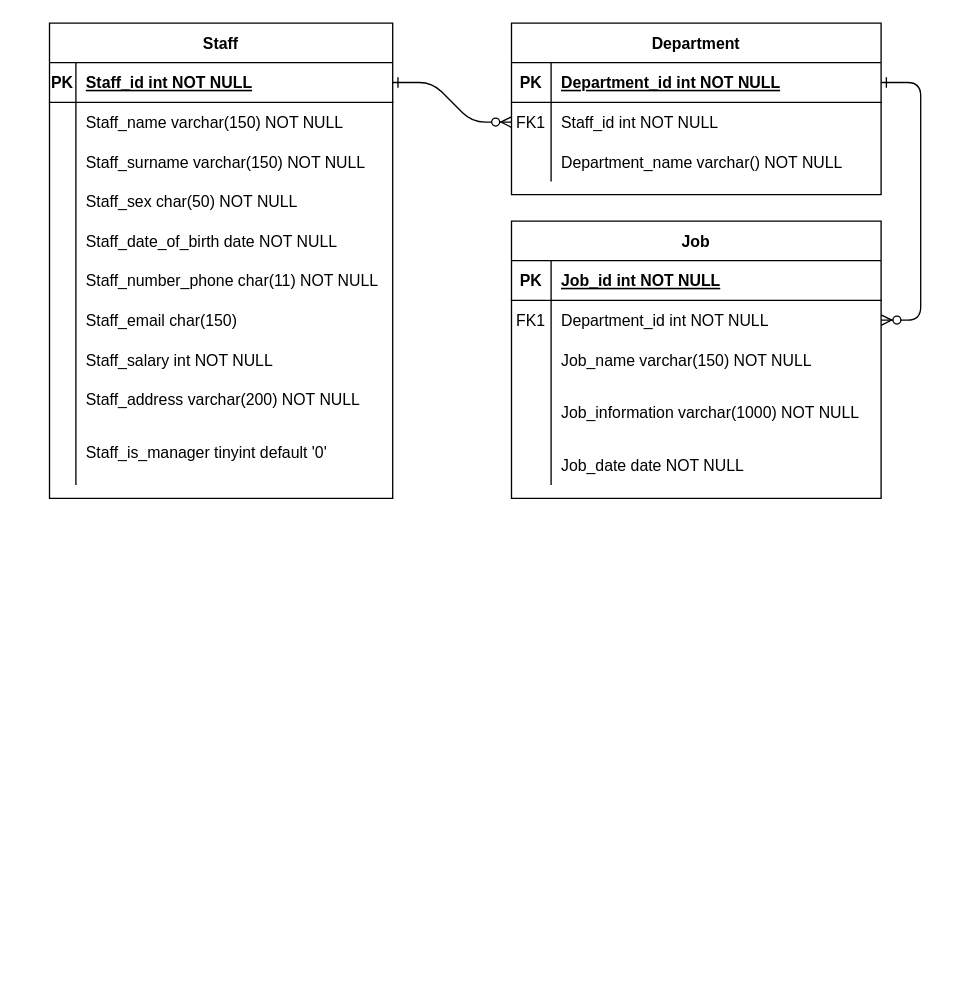
Above: QuanLiNhanVien.drawio in Mvt1927/MoHinhEr (draw.io), before the change. Source tidied: cells renumbered, new cells numbered last; positions are measured from the earlier drawing's top-left corner, leaving out a move shared by most shapes. Both pictures are drawn from the tidied source at 132%, with x=0, y=0 at pixel (49, 22).
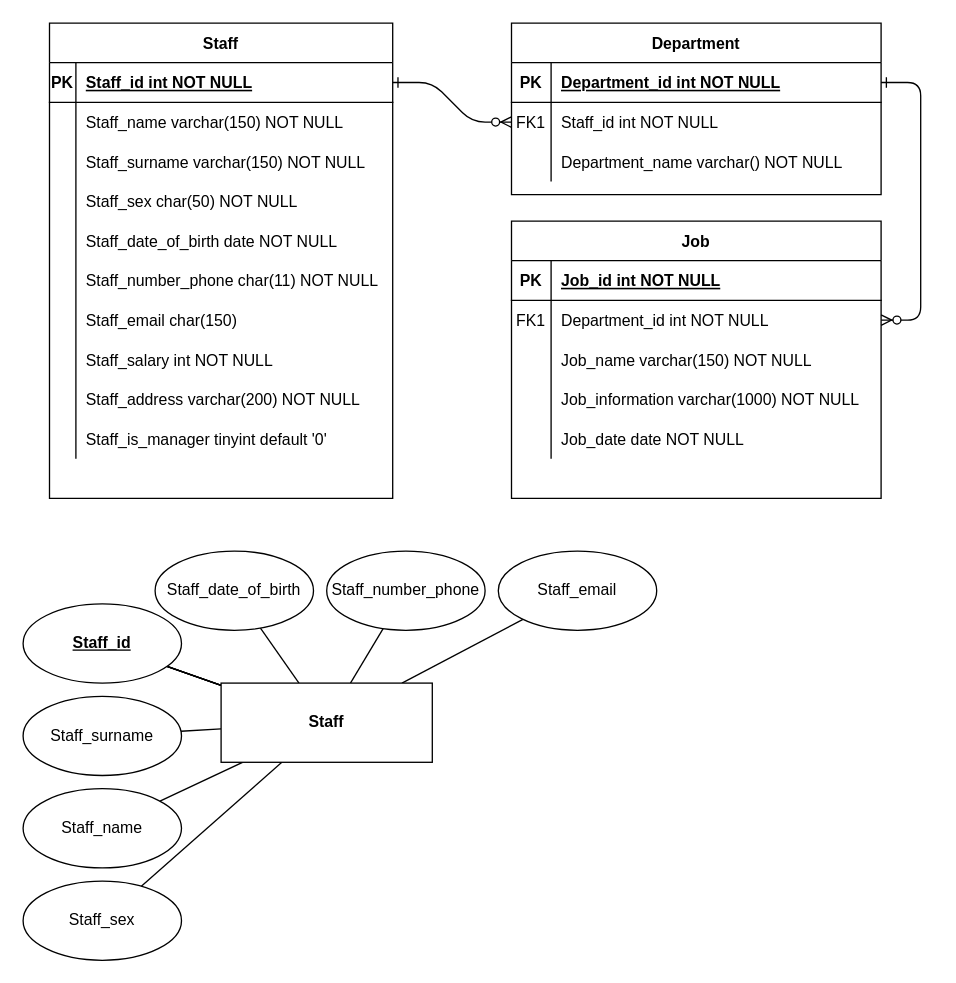
Above is the later version.

The change refers to these unchanged cells:
```xml
<mxCell id="14" value="Job" style="shape=table;startSize=30;childLayout=tableLayout;rowLines=0;fontStyle=1;align=center;" parent="1" vertex="1">
  <mxGeometry x="350" y="150" width="280" height="210" as="geometry" />
</mxCell>
<mxCell id="30" value="Staff" style="shape=table;startSize=30;childLayout=tableLayout;rowLines=0;fontStyle=1;align=center;" parent="1" vertex="1">
  <mxGeometry width="260" height="360" as="geometry" />
</mxCell>
```

What changed in the source:
```diff
@@
     <mxCell id="24" style="shape=partialRectangle;fillColor=none;top=0;left=0;bottom=0;right=0;" parent="14" vertex="1">
-      <mxGeometry y="120" width="280" height="50" as="geometry" />
+      <mxGeometry y="120" width="280" height="30" as="geometry" />
     </mxCell>
     <mxCell id="25" style="shape=partialRectangle;fillColor=none;top=0;left=0;bottom=0;right=0;overflow=hidden;" parent="24" vertex="1">
-      <mxGeometry width="30" height="50" as="geometry" />
+      <mxGeometry width="30" height="30" as="geometry" />
     </mxCell>
     <mxCell id="26" value="Job_information varchar(1000) NOT NULL" style="shape=partialRectangle;fillColor=none;top=0;left=0;bottom=0;right=0;align=left;spacingLeft=6;overflow=hidden;" parent="24" vertex="1">
-      <mxGeometry x="30" width="250" height="50" as="geometry" />
+      <mxGeometry x="30" width="250" height="30" as="geometry" />
     </mxCell>
     <mxCell id="27" style="shape=partialRectangle;fillColor=none;top=0;left=0;bottom=0;right=0;" parent="14" vertex="1">
-      <mxGeometry y="170" width="280" height="30" as="geometry" />
+      <mxGeometry y="150" width="280" height="30" as="geometry" />
     </mxCell>
@@
     <mxCell id="58" style="shape=partialRectangle;fillColor=none;top=0;left=0;bottom=0;right=0;" parent="30" vertex="1">
-      <mxGeometry y="300" width="260" height="50" as="geometry" />
+      <mxGeometry y="300" width="260" height="30" as="geometry" />
     </mxCell>
     <mxCell id="59" style="shape=partialRectangle;fillColor=none;top=0;left=0;bottom=0;right=0;overflow=hidden;" parent="58" vertex="1">
-      <mxGeometry width="20" height="50" as="geometry" />
+      <mxGeometry width="20" height="30" as="geometry" />
     </mxCell>
     <mxCell id="60" value="Staff_is_manager tinyint default '0'" style="shape=partialRectangle;fillColor=none;top=0;left=0;bottom=0;right=0;align=left;spacingLeft=6;overflow=hidden;" parent="58" vertex="1">
-      <mxGeometry x="20" width="240" height="50" as="geometry" />
+      <mxGeometry x="20" width="240" height="30" as="geometry" />
     </mxCell>
+    <mxCell id="61" style="rounded=0;jettySize=auto;html=1;endArrow=none;endFill=0;" parent="1" edge="1" source="71" target="72">
+      <mxGeometry relative="1" as="geometry" />
+    </mxCell>
+    <mxCell id="62" style="edgeStyle=none;rounded=0;jettySize=auto;html=1;endArrow=none;endFill=0;" parent="1" edge="1" source="71" target="72">
+      <mxGeometry relative="1" as="geometry" />
+    </mxCell>
+    <mxCell id="63" style="edgeStyle=none;rounded=0;jettySize=auto;html=1;endArrow=none;endFill=0;" parent="1" edge="1" source="71" target="72">
+      <mxGeometry relative="1" as="geometry" />
+    </mxCell>
+    <mxCell id="64" style="edgeStyle=none;rounded=0;jettySize=auto;html=1;endArrow=none;endFill=0;" parent="1" edge="1" source="71" target="73">
+      <mxGeometry relative="1" as="geometry" />
+    </mxCell>
+    <mxCell id="65" style="edgeStyle=none;rounded=0;jettySize=auto;html=1;endArrow=none;endFill=0;" parent="1" edge="1" source="71" target="72">
+      <mxGeometry relative="1" as="geometry" />
+    </mxCell>
+    <mxCell id="66" style="edgeStyle=none;rounded=0;jettySize=auto;html=1;endArrow=none;endFill=0;" parent="1" edge="1" source="71" target="74">
+      <mxGeometry relative="1" as="geometry" />
+    </mxCell>
+    <mxCell id="67" style="edgeStyle=none;rounded=0;jettySize=auto;html=1;endArrow=none;endFill=0;" parent="1" edge="1" source="71" target="75">
+      <mxGeometry relative="1" as="geometry" />
+    </mxCell>
+    <mxCell id="68" style="edgeStyle=none;rounded=0;jettySize=auto;html=1;endArrow=none;endFill=0;" parent="1" edge="1" source="71" target="76">
+      <mxGeometry relative="1" as="geometry" />
+    </mxCell>
+    <mxCell id="69" style="edgeStyle=none;rounded=0;jettySize=auto;html=1;endArrow=none;endFill=0;" parent="1" edge="1" source="71" target="77">
+      <mxGeometry relative="1" as="geometry" />
+    </mxCell>
+    <mxCell id="70" style="edgeStyle=none;rounded=0;jettySize=auto;html=1;endArrow=none;endFill=0;" parent="1" edge="1" source="71" target="78">
+      <mxGeometry relative="1" as="geometry" />
+    </mxCell>
+    <mxCell id="71" value="&lt;b&gt;Staff&lt;/b&gt;" style="rounded=0;whiteSpace=wrap;html=1;" parent="1" vertex="1">
+      <mxGeometry x="130" y="500" width="160" height="60" as="geometry" />
+    </mxCell>
+    <mxCell id="72" value="&lt;span style=&quot;font-weight: 700 ; text-align: left&quot;&gt;&lt;u&gt;Staff_id&lt;/u&gt;&lt;/span&gt;" style="ellipse;whiteSpace=wrap;html=1;rounded=0;" parent="1" vertex="1">
+      <mxGeometry x="-20" y="440" width="120" height="60" as="geometry" />
+    </mxCell>
+    <mxCell id="73" value="&lt;span style=&quot;text-align: left&quot;&gt;Staff_name&lt;/span&gt;" style="ellipse;whiteSpace=wrap;html=1;rounded=0;" parent="1" vertex="1">
+      <mxGeometry x="-20" y="580" width="120" height="60" as="geometry" />
+    </mxCell>
+    <mxCell id="74" value="&lt;span style=&quot;text-align: left&quot;&gt;Staff_surname&lt;/span&gt;" style="ellipse;whiteSpace=wrap;html=1;rounded=0;" parent="1" vertex="1">
+      <mxGeometry x="-20" y="510" width="120" height="60" as="geometry" />
+    </mxCell>
+    <mxCell id="75" value="&lt;span style=&quot;text-align: left&quot;&gt;Staff_sex&lt;br&gt;&lt;/span&gt;" style="ellipse;whiteSpace=wrap;html=1;rounded=0;" parent="1" vertex="1">
+      <mxGeometry x="-20" y="650" width="120" height="60" as="geometry" />
+    </mxCell>
+    <mxCell id="76" value="&lt;span style=&quot;text-align: left&quot;&gt;Staff_date_of_birth&lt;/span&gt;" style="ellipse;whiteSpace=wrap;html=1;rounded=0;" parent="1" vertex="1">
+      <mxGeometry x="80" y="400" width="120" height="60" as="geometry" />
+    </mxCell>
+    <mxCell id="77" value="&lt;span style=&quot;text-align: left&quot;&gt;Staff_number_phone&lt;/span&gt;" style="ellipse;whiteSpace=wrap;html=1;rounded=0;" parent="1" vertex="1">
+      <mxGeometry x="210" y="400" width="120" height="60" as="geometry" />
+    </mxCell>
+    <mxCell id="78" value="&lt;span style=&quot;text-align: left&quot;&gt;Staff_email&lt;/span&gt;" style="ellipse;whiteSpace=wrap;html=1;rounded=0;" parent="1" vertex="1">
+      <mxGeometry x="340" y="400" width="120" height="60" as="geometry" />
+    </mxCell>
```
